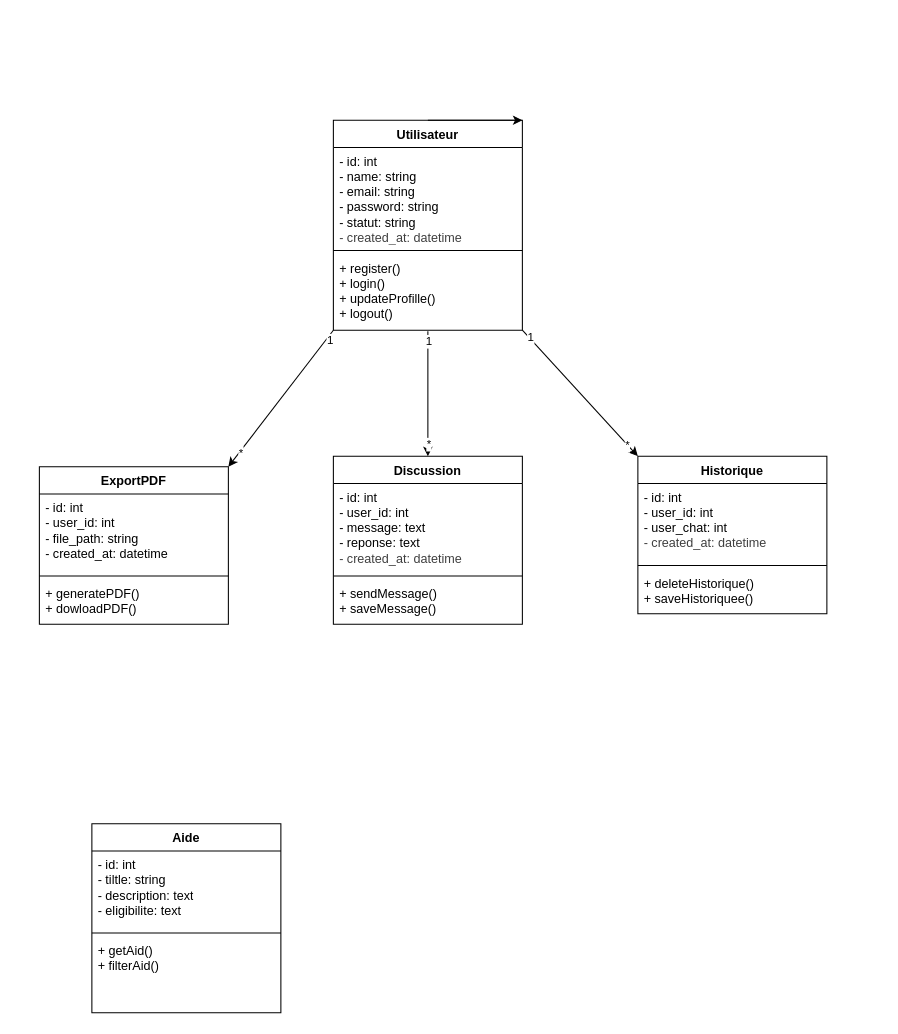
Earlier version of the draw.io diagram docs/uml/diagramClass.drawio (ISSAD-Dembele/AidFinder). Source tidied: cells renumbered, new cells numbered last; positions are measured from the earlier drawing's top-left corner, leaving out a move shared by most shapes. Both pictures are drawn from the tidied source at 105%, with x=0, y=0 at pixel (39, 120).
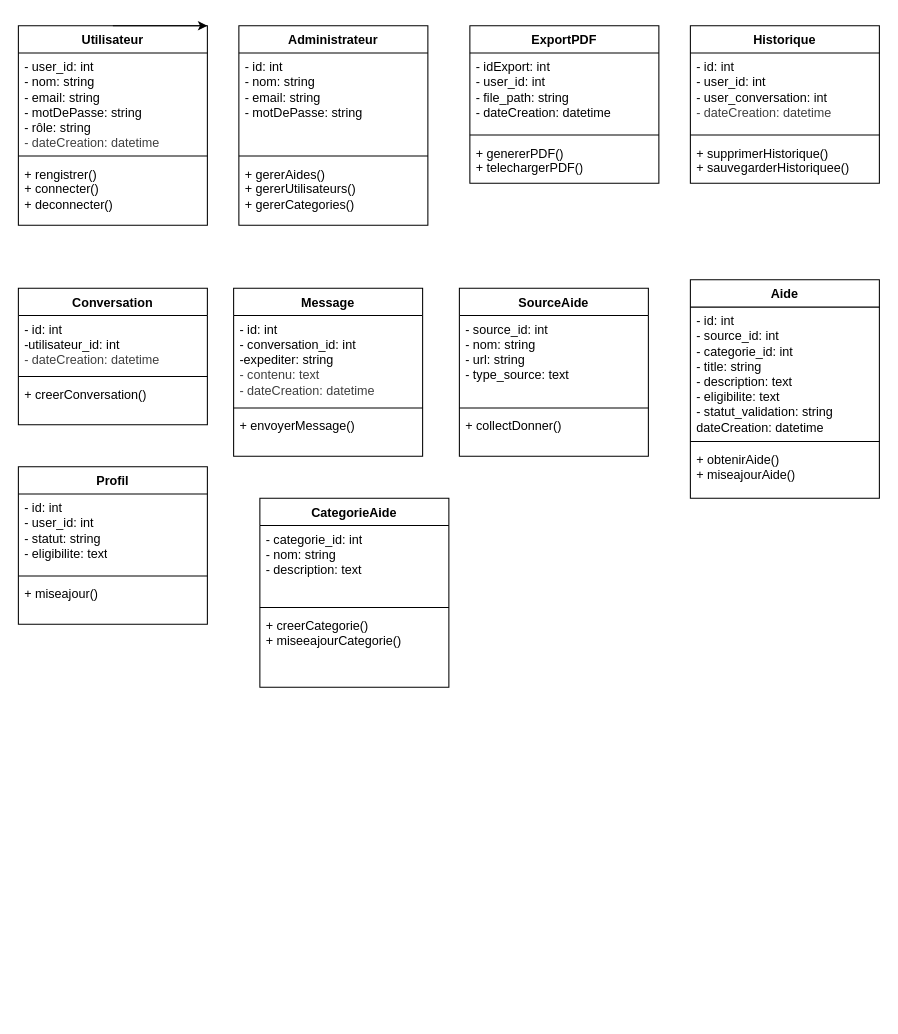
The same page after the edit.

The edit, as a diff of the source:
```diff
@@
     <mxCell id="2" value="Utilisateur" style="swimlane;fontStyle=1;align=center;verticalAlign=top;horizontal=1;startSize=26;whiteSpace=wrap;html=1;" parent="1" vertex="1">
-      <mxGeometry x="280" width="180" height="200" as="geometry" />
+      <mxGeometry x="-20" y="-90" width="180" height="190" as="geometry" />
     </mxCell>
-    <mxCell id="3" value="- id: int&lt;div&gt;- name: string&lt;/div&gt;&lt;div&gt;- email: string&lt;/div&gt;&lt;div&gt;- password: string&lt;/div&gt;&lt;div&gt;- statut: string&lt;/div&gt;&lt;div&gt;&lt;span style=&quot;color: rgb(63, 63, 63);&quot;&gt;- created_at: datetime&lt;/span&gt;&lt;/div&gt;" style="text;strokeColor=none;fillColor=none;align=left;verticalAlign=top;spacingLeft=4;spacingRight=4;overflow=hidden;whiteSpace=wrap;html=1;" parent="2" vertex="1">
+    <mxCell id="3" value="- user_id: int&lt;div&gt;- nom: string&lt;/div&gt;&lt;div&gt;- email: string&lt;/div&gt;&lt;div&gt;- motDePasse: string&lt;/div&gt;&lt;div&gt;- rôle: string&lt;/div&gt;&lt;div&gt;&lt;span style=&quot;color: rgb(63, 63, 63);&quot;&gt;- dateCreation: datetime&lt;/span&gt;&lt;/div&gt;" style="text;strokeColor=none;fillColor=none;align=left;verticalAlign=top;spacingLeft=4;spacingRight=4;overflow=hidden;whiteSpace=wrap;html=1;" parent="2" vertex="1">
       <mxGeometry y="26" width="180" height="94" as="geometry" />
     </mxCell>
@@
-    <mxCell id="5" value="+ register()&lt;div&gt;+ login()&lt;/div&gt;&lt;div&gt;+ updateProfille()&lt;/div&gt;&lt;div&gt;+ logout()&lt;/div&gt;" style="text;strokeColor=none;fillColor=none;align=left;verticalAlign=top;spacingLeft=4;spacingRight=4;overflow=hidden;whiteSpace=wrap;html=1;" parent="2" vertex="1">
-      <mxGeometry y="128" width="180" height="72" as="geometry" />
+    <mxCell id="5" value="+ rengistrer()&lt;div&gt;+ connecter()&lt;/div&gt;&lt;div&gt;+ deconnecter()&lt;/div&gt;" style="text;strokeColor=none;fillColor=none;align=left;verticalAlign=top;spacingLeft=4;spacingRight=4;overflow=hidden;whiteSpace=wrap;html=1;" parent="2" vertex="1">
+      <mxGeometry y="128" width="180" height="62" as="geometry" />
     </mxCell>
-    <mxCell id="6" value="Discussion" style="swimlane;fontStyle=1;align=center;verticalAlign=top;horizontal=1;startSize=26;whiteSpace=wrap;html=1;" parent="1" vertex="1">
-      <mxGeometry x="280" y="320" width="180" height="160" as="geometry" />
+    <mxCell id="6" value="Conversation" style="swimlane;fontStyle=1;align=center;verticalAlign=top;horizontal=1;startSize=26;whiteSpace=wrap;html=1;" parent="1" vertex="1">
+      <mxGeometry x="-20" y="160" width="180" height="130" as="geometry" />
     </mxCell>
-    <mxCell id="7" value="- id: int&lt;div&gt;- user_id: int&lt;/div&gt;&lt;div&gt;- message: text&lt;/div&gt;&lt;div&gt;- reponse: text&lt;/div&gt;&lt;div&gt;&lt;span style=&quot;color: rgb(63, 63, 63);&quot;&gt;- created_at: datetime&lt;/span&gt;&lt;/div&gt;" style="text;strokeColor=none;fillColor=none;align=left;verticalAlign=top;spacingLeft=4;spacingRight=4;overflow=hidden;whiteSpace=wrap;html=1;" parent="6" vertex="1">
-      <mxGeometry y="26" width="180" height="84" as="geometry" />
+    <mxCell id="7" value="- id: int&lt;div&gt;&lt;font color=&quot;#000000&quot;&gt;-utilisateur_id: int&lt;br&gt;&lt;/font&gt;&lt;div&gt;&lt;span style=&quot;color: rgb(63, 63, 63);&quot;&gt;- dateCreation: datetime&lt;/span&gt;&lt;/div&gt;&lt;/div&gt;" style="text;strokeColor=none;fillColor=none;align=left;verticalAlign=top;spacingLeft=4;spacingRight=4;overflow=hidden;whiteSpace=wrap;html=1;" parent="6" vertex="1">
+      <mxGeometry y="26" width="180" height="54" as="geometry" />
     </mxCell>
     <mxCell id="8" style="line;strokeWidth=1;fillColor=none;align=left;verticalAlign=middle;spacingTop=-1;spacingLeft=3;spacingRight=3;labelPosition=right;strokeColor=inherit;" parent="6" vertex="1">
-      <mxGeometry y="110" width="180" height="8" as="geometry" />
+      <mxGeometry y="80" width="180" height="8" as="geometry" />
     </mxCell>
-    <mxCell id="9" value="+ sendMessage()&lt;div&gt;+ saveMessage()&lt;/div&gt;" style="text;strokeColor=none;fillColor=none;align=left;verticalAlign=top;spacingLeft=4;spacingRight=4;overflow=hidden;whiteSpace=wrap;html=1;" parent="6" vertex="1">
-      <mxGeometry y="118" width="180" height="42" as="geometry" />
+    <mxCell id="9" value="+ creerConversation()" style="text;strokeColor=none;fillColor=none;align=left;verticalAlign=top;spacingLeft=4;spacingRight=4;overflow=hidden;whiteSpace=wrap;html=1;" parent="6" vertex="1">
+      <mxGeometry y="88" width="180" height="42" as="geometry" />
     </mxCell>
     <mxCell id="10" value="Historique" style="swimlane;fontStyle=1;align=center;verticalAlign=top;horizontal=1;startSize=26;whiteSpace=wrap;html=1;" parent="1" vertex="1">
-      <mxGeometry x="570" y="320" width="180" height="150" as="geometry" />
+      <mxGeometry x="620" y="-90" width="180" height="150" as="geometry" />
     </mxCell>
-    <mxCell id="11" value="- id: int&lt;div&gt;- user_id: int&lt;/div&gt;&lt;div&gt;- user_chat: int&lt;/div&gt;&lt;div&gt;&lt;span style=&quot;color: rgb(63, 63, 63);&quot;&gt;- created_at: datetime&lt;/span&gt;&lt;/div&gt;" style="text;strokeColor=none;fillColor=none;align=left;verticalAlign=top;spacingLeft=4;spacingRight=4;overflow=hidden;whiteSpace=wrap;html=1;" parent="10" vertex="1">
+    <mxCell id="11" value="- id: int&lt;div&gt;- user_id: int&lt;/div&gt;&lt;div&gt;- user_conversation: int&lt;/div&gt;&lt;div&gt;&lt;span style=&quot;color: rgb(63, 63, 63);&quot;&gt;- dateCreation: datetime&lt;/span&gt;&lt;/div&gt;" style="text;strokeColor=none;fillColor=none;align=left;verticalAlign=top;spacingLeft=4;spacingRight=4;overflow=hidden;whiteSpace=wrap;html=1;" parent="10" vertex="1">
       <mxGeometry y="26" width="180" height="74" as="geometry" />
     </mxCell>
@@
-    <mxCell id="13" value="+ deleteHistorique()&lt;div&gt;+ saveHistoriquee()&lt;/div&gt;" style="text;strokeColor=none;fillColor=none;align=left;verticalAlign=top;spacingLeft=4;spacingRight=4;overflow=hidden;whiteSpace=wrap;html=1;" parent="10" vertex="1">
+    <mxCell id="13" value="+ supprimerHistorique()&lt;div&gt;+ sauvegarderHistoriquee()&lt;/div&gt;" style="text;strokeColor=none;fillColor=none;align=left;verticalAlign=top;spacingLeft=4;spacingRight=4;overflow=hidden;whiteSpace=wrap;html=1;" parent="10" vertex="1">
       <mxGeometry y="108" width="180" height="42" as="geometry" />
     </mxCell>
     <mxCell id="14" value="ExportPDF" style="swimlane;fontStyle=1;align=center;verticalAlign=top;horizontal=1;startSize=26;whiteSpace=wrap;html=1;" parent="1" vertex="1">
-      <mxGeometry y="330" width="180" height="150" as="geometry" />
+      <mxGeometry x="410" y="-90" width="180" height="150" as="geometry" />
     </mxCell>
-    <mxCell id="15" value="- id: int&lt;div&gt;- user_id: int&lt;/div&gt;&lt;div&gt;- file_path: string&lt;/div&gt;&lt;div&gt;&lt;span style=&quot;background-color: transparent;&quot;&gt;- created_at: datetime&lt;/span&gt;&lt;/div&gt;" style="text;strokeColor=none;fillColor=none;align=left;verticalAlign=top;spacingLeft=4;spacingRight=4;overflow=hidden;whiteSpace=wrap;html=1;" parent="14" vertex="1">
+    <mxCell id="15" value="- idExport: int&lt;div&gt;- user_id: int&lt;/div&gt;&lt;div&gt;- file_path: string&lt;/div&gt;&lt;div&gt;&lt;span style=&quot;background-color: transparent;&quot;&gt;- dateCreation: datetime&lt;/span&gt;&lt;/div&gt;" style="text;strokeColor=none;fillColor=none;align=left;verticalAlign=top;spacingLeft=4;spacingRight=4;overflow=hidden;whiteSpace=wrap;html=1;" parent="14" vertex="1">
       <mxGeometry y="26" width="180" height="74" as="geometry" />
     </mxCell>
@@
-    <mxCell id="17" value="+ generatePDF()&lt;div&gt;+ dowloadPDF()&lt;/div&gt;" style="text;strokeColor=none;fillColor=none;align=left;verticalAlign=top;spacingLeft=4;spacingRight=4;overflow=hidden;whiteSpace=wrap;html=1;" parent="14" vertex="1">
+    <mxCell id="17" value="+ genererPDF()&lt;div&gt;+ telechargerPDF()&lt;/div&gt;" style="text;strokeColor=none;fillColor=none;align=left;verticalAlign=top;spacingLeft=4;spacingRight=4;overflow=hidden;whiteSpace=wrap;html=1;" parent="14" vertex="1">
       <mxGeometry y="108" width="180" height="42" as="geometry" />
     </mxCell>
-    <mxCell id="18" value="Aide" style="swimlane;fontStyle=1;align=center;verticalAlign=top;horizontal=1;startSize=26;whiteSpace=wrap;html=1;" parent="1" vertex="1">
-      <mxGeometry x="50" y="670" width="180" height="180" as="geometry" />
+    <mxCell id="18" value="Profil" style="swimlane;fontStyle=1;align=center;verticalAlign=top;horizontal=1;startSize=26;whiteSpace=wrap;html=1;" parent="1" vertex="1">
+      <mxGeometry x="-20" y="330" width="180" height="150" as="geometry" />
     </mxCell>
-    <mxCell id="19" value="- id: int&lt;div&gt;- tiltle: string&lt;/div&gt;&lt;div&gt;- description: text&lt;/div&gt;&lt;div&gt;- eligibilite: text&lt;/div&gt;" style="text;strokeColor=none;fillColor=none;align=left;verticalAlign=top;spacingLeft=4;spacingRight=4;overflow=hidden;whiteSpace=wrap;html=1;" parent="18" vertex="1">
+    <mxCell id="19" value="- id: int&lt;div&gt;- user_id: int&lt;/div&gt;&lt;div&gt;- statut: string&lt;/div&gt;&lt;div&gt;- eligibilite: text&lt;/div&gt;" style="text;strokeColor=none;fillColor=none;align=left;verticalAlign=top;spacingLeft=4;spacingRight=4;overflow=hidden;whiteSpace=wrap;html=1;" parent="18" vertex="1">
       <mxGeometry y="26" width="180" height="74" as="geometry" />
     </mxCell>
@@
-    <mxCell id="21" value="+ getAid()&lt;div&gt;+ filterAid()&lt;/div&gt;" style="text;strokeColor=none;fillColor=none;align=left;verticalAlign=top;spacingLeft=4;spacingRight=4;overflow=hidden;whiteSpace=wrap;html=1;" parent="18" vertex="1">
-      <mxGeometry y="108" width="180" height="72" as="geometry" />
+    <mxCell id="21" value="+ miseajour()" style="text;strokeColor=none;fillColor=none;align=left;verticalAlign=top;spacingLeft=4;spacingRight=4;overflow=hidden;whiteSpace=wrap;html=1;" parent="18" vertex="1">
+      <mxGeometry y="108" width="180" height="42" as="geometry" />
     </mxCell>
@@
-    <mxCell id="23" style="endArrow=classic;html=1;entryX=0.5;entryY=0;entryDx=0;entryDy=0;" parent="1" edge="1" target="6">
-      <mxGeometry relative="1" as="geometry">
-        <mxPoint x="370" y="201" as="sourcePoint" />
-      </mxGeometry>
-    </mxCell>
-    <mxCell id="24" value="1" style="edgeLabel;html=1;align=center;verticalAlign=middle;" parent="23" vertex="1">
-      <mxGeometry x="-0.36" relative="1" as="geometry">
-        <mxPoint y="-29" as="offset" />
-      </mxGeometry>
-    </mxCell>
-    <mxCell id="25" value="*" style="edgeLabel;html=1;align=center;verticalAlign=middle;" parent="23" vertex="1">
-      <mxGeometry x="0.79" relative="1" as="geometry" />
-    </mxCell>
-    <mxCell id="26" style="endArrow=classic;html=1;entryX=1;entryY=0;entryDx=0;entryDy=0;" parent="1" edge="1" target="14">
-      <mxGeometry relative="1" as="geometry">
-        <mxPoint x="280" y="200" as="sourcePoint" />
-      </mxGeometry>
-    </mxCell>
-    <mxCell id="27" value="*" style="edgeLabel;html=1;align=center;verticalAlign=middle;" parent="26" vertex="1">
-      <mxGeometry x="0.78" y="1" relative="1" as="geometry" />
-    </mxCell>
-    <mxCell id="28" value="1" style="edgeLabel;html=1;align=center;verticalAlign=middle;" parent="26" vertex="1">
-      <mxGeometry x="-0.88" y="3" relative="1" as="geometry" />
-    </mxCell>
-    <mxCell id="29" style="endArrow=classic;html=1;entryX=0;entryY=0;entryDx=0;entryDy=0;" parent="1" edge="1" target="10">
-      <mxGeometry relative="1" as="geometry">
-        <mxPoint x="460" y="200" as="sourcePoint" />
-      </mxGeometry>
-    </mxCell>
-    <mxCell id="30" value="1" style="edgeLabel;html=1;align=center;verticalAlign=middle;" parent="29" vertex="1">
-      <mxGeometry x="-0.88" y="1" relative="1" as="geometry" />
-    </mxCell>
-    <mxCell id="31" value="*" style="edgeLabel;html=1;align=center;verticalAlign=middle;" parent="29" vertex="1">
-      <mxGeometry x="0.82" y="1" relative="1" as="geometry">
-        <mxPoint x="-1" y="1" as="offset" />
-      </mxGeometry>
-    </mxCell>
+    <mxCell id="32" value="Administrateur" style="swimlane;fontStyle=1;align=center;verticalAlign=top;horizontal=1;startSize=26;whiteSpace=wrap;html=1;" parent="1" vertex="1">
+      <mxGeometry x="190" y="-90" width="180" height="190" as="geometry" />
+    </mxCell>
+    <mxCell id="33" value="- id: int&lt;div&gt;- nom: string&lt;/div&gt;&lt;div&gt;- email: string&lt;/div&gt;&lt;div&gt;- motDePasse: string&lt;/div&gt;" style="text;strokeColor=none;fillColor=none;align=left;verticalAlign=top;spacingLeft=4;spacingRight=4;overflow=hidden;whiteSpace=wrap;html=1;" parent="32" vertex="1">
+      <mxGeometry y="26" width="180" height="94" as="geometry" />
+    </mxCell>
+    <mxCell id="34" style="line;strokeWidth=1;fillColor=none;align=left;verticalAlign=middle;spacingTop=-1;spacingLeft=3;spacingRight=3;labelPosition=right;strokeColor=inherit;" parent="32" vertex="1">
+      <mxGeometry y="120" width="180" height="8" as="geometry" />
+    </mxCell>
+    <mxCell id="35" value="+ gererAides()&lt;div&gt;+ gererUtilisateurs()&lt;/div&gt;&lt;div&gt;+ gererCategories()&lt;/div&gt;" style="text;strokeColor=none;fillColor=none;align=left;verticalAlign=top;spacingLeft=4;spacingRight=4;overflow=hidden;whiteSpace=wrap;html=1;" parent="32" vertex="1">
+      <mxGeometry y="128" width="180" height="62" as="geometry" />
+    </mxCell>
+    <mxCell id="36" value="SourceAide" style="swimlane;fontStyle=1;align=center;verticalAlign=top;horizontal=1;startSize=26;whiteSpace=wrap;html=1;" parent="1" vertex="1">
+      <mxGeometry x="400" y="160" width="180" height="160" as="geometry" />
+    </mxCell>
+    <mxCell id="37" value="- source_id: int&lt;div&gt;- nom: string&lt;/div&gt;&lt;div&gt;- url: string&lt;/div&gt;&lt;div&gt;- type_source: text&lt;/div&gt;" style="text;strokeColor=none;fillColor=none;align=left;verticalAlign=top;spacingLeft=4;spacingRight=4;overflow=hidden;whiteSpace=wrap;html=1;" parent="36" vertex="1">
+      <mxGeometry y="26" width="180" height="84" as="geometry" />
+    </mxCell>
+    <mxCell id="38" style="line;strokeWidth=1;fillColor=none;align=left;verticalAlign=middle;spacingTop=-1;spacingLeft=3;spacingRight=3;labelPosition=right;strokeColor=inherit;" parent="36" vertex="1">
+      <mxGeometry y="110" width="180" height="8" as="geometry" />
+    </mxCell>
+    <mxCell id="39" value="+ collectDonner()" style="text;strokeColor=none;fillColor=none;align=left;verticalAlign=top;spacingLeft=4;spacingRight=4;overflow=hidden;whiteSpace=wrap;html=1;" parent="36" vertex="1">
+      <mxGeometry y="118" width="180" height="42" as="geometry" />
+    </mxCell>
+    <mxCell id="40" value="Message" style="swimlane;fontStyle=1;align=center;verticalAlign=top;horizontal=1;startSize=26;whiteSpace=wrap;html=1;" parent="1" vertex="1">
+      <mxGeometry x="185" y="160" width="180" height="160" as="geometry" />
+    </mxCell>
+    <mxCell id="41" value="- id: int&lt;div&gt;&lt;font color=&quot;#000000&quot;&gt;- conversation_id: int&lt;br&gt;&lt;/font&gt;&lt;div&gt;&lt;font color=&quot;#000000&quot;&gt;-expediter: string&lt;br&gt;&lt;/font&gt;&lt;div&gt;&lt;span style=&quot;color: rgb(63, 63, 63);&quot;&gt;- contenu: text&lt;/span&gt;&lt;/div&gt;&lt;/div&gt;&lt;/div&gt;&lt;div&gt;&lt;span style=&quot;color: rgb(63, 63, 63);&quot;&gt;- dateCreation: datetime&lt;/span&gt;&lt;/div&gt;" style="text;strokeColor=none;fillColor=none;align=left;verticalAlign=top;spacingLeft=4;spacingRight=4;overflow=hidden;whiteSpace=wrap;html=1;" parent="40" vertex="1">
+      <mxGeometry y="26" width="180" height="84" as="geometry" />
+    </mxCell>
+    <mxCell id="42" style="line;strokeWidth=1;fillColor=none;align=left;verticalAlign=middle;spacingTop=-1;spacingLeft=3;spacingRight=3;labelPosition=right;strokeColor=inherit;" parent="40" vertex="1">
+      <mxGeometry y="110" width="180" height="8" as="geometry" />
+    </mxCell>
+    <mxCell id="43" value="+ envoyerMessage()" style="text;strokeColor=none;fillColor=none;align=left;verticalAlign=top;spacingLeft=4;spacingRight=4;overflow=hidden;whiteSpace=wrap;html=1;" parent="40" vertex="1">
+      <mxGeometry y="118" width="180" height="42" as="geometry" />
+    </mxCell>
+    <mxCell id="44" value="CategorieAide" style="swimlane;fontStyle=1;align=center;verticalAlign=top;horizontal=1;startSize=26;whiteSpace=wrap;html=1;" parent="1" vertex="1">
+      <mxGeometry x="210" y="360" width="180" height="180" as="geometry" />
+    </mxCell>
+    <mxCell id="45" value="- categorie_id: int&lt;div&gt;- nom: string&lt;/div&gt;&lt;div&gt;- description: text&lt;/div&gt;" style="text;strokeColor=none;fillColor=none;align=left;verticalAlign=top;spacingLeft=4;spacingRight=4;overflow=hidden;whiteSpace=wrap;html=1;" parent="44" vertex="1">
+      <mxGeometry y="26" width="180" height="74" as="geometry" />
+    </mxCell>
+    <mxCell id="46" style="line;strokeWidth=1;fillColor=none;align=left;verticalAlign=middle;spacingTop=-1;spacingLeft=3;spacingRight=3;labelPosition=right;strokeColor=inherit;" parent="44" vertex="1">
+      <mxGeometry y="100" width="180" height="8" as="geometry" />
+    </mxCell>
+    <mxCell id="47" value="+ creerCategorie()&lt;div&gt;+ miseeajourCategorie()&lt;/div&gt;" style="text;strokeColor=none;fillColor=none;align=left;verticalAlign=top;spacingLeft=4;spacingRight=4;overflow=hidden;whiteSpace=wrap;html=1;" parent="44" vertex="1">
+      <mxGeometry y="108" width="180" height="72" as="geometry" />
+    </mxCell>
+    <mxCell id="48" value="Aide" style="swimlane;fontStyle=1;align=center;verticalAlign=top;horizontal=1;startSize=26;whiteSpace=wrap;html=1;" parent="1" vertex="1">
+      <mxGeometry x="620" y="152" width="180" height="208" as="geometry" />
+    </mxCell>
+    <mxCell id="49" value="- id: int&lt;div&gt;- source_id: int&lt;/div&gt;&lt;div&gt;- categorie_id: int&lt;/div&gt;&lt;div&gt;- title: string&lt;/div&gt;&lt;div&gt;- description: text&lt;/div&gt;&lt;div&gt;- eligibilite: text&lt;/div&gt;&lt;div&gt;- statut_validation: string&lt;/div&gt;&lt;div&gt;dateCreation: datetime&lt;/div&gt;" style="text;strokeColor=none;fillColor=none;align=left;verticalAlign=top;spacingLeft=4;spacingRight=4;overflow=hidden;whiteSpace=wrap;html=1;" parent="48" vertex="1">
+      <mxGeometry y="26" width="180" height="124" as="geometry" />
+    </mxCell>
+    <mxCell id="50" style="line;strokeWidth=1;fillColor=none;align=left;verticalAlign=middle;spacingTop=-1;spacingLeft=3;spacingRight=3;labelPosition=right;strokeColor=inherit;" parent="48" vertex="1">
+      <mxGeometry y="150" width="180" height="8" as="geometry" />
+    </mxCell>
+    <mxCell id="51" value="+ obtenirAide()&lt;div&gt;+ miseajourAide()&lt;/div&gt;" style="text;strokeColor=none;fillColor=none;align=left;verticalAlign=top;spacingLeft=4;spacingRight=4;overflow=hidden;whiteSpace=wrap;html=1;" parent="48" vertex="1">
+      <mxGeometry y="158" width="180" height="50" as="geometry" />
+    </mxCell>
```
